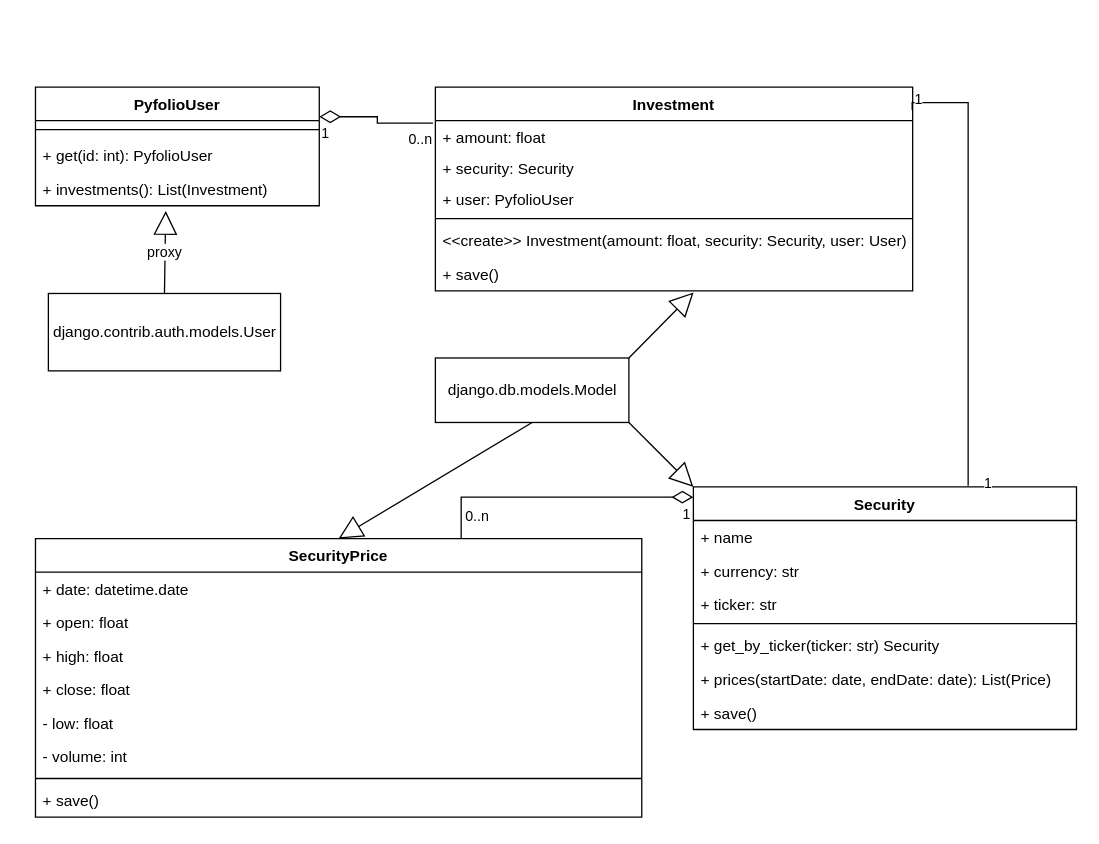
Earlier version of the draw.io diagram UML/security_access.drawio (tkBischoff/PyFolio). Source tidied: cells renumbered, new cells numbered last; positions are measured from the earlier drawing's top-left corner, leaving out a move shared by most shapes. Both pictures are drawn from the tidied source at 129%, with x=0, y=0 at pixel (35, 86).
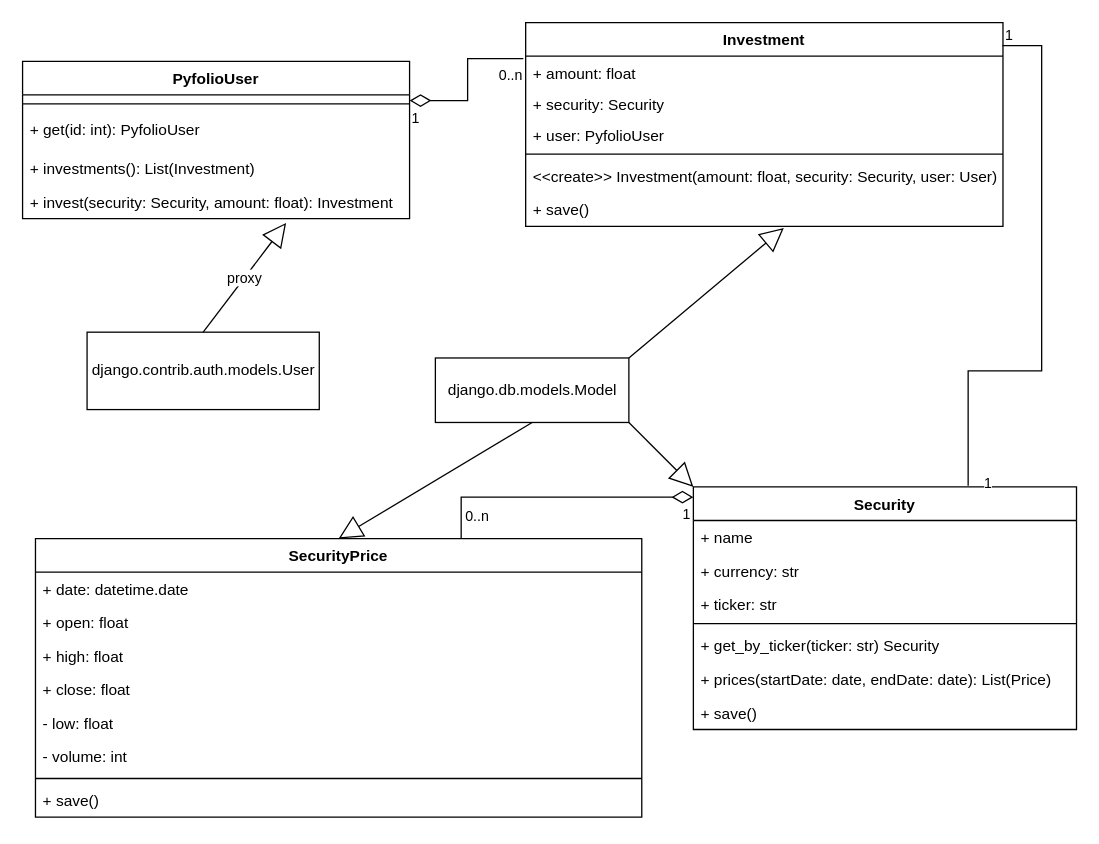
After the change.

What changed in the source:
```diff
@@
     <mxCell id="19" value="PyfolioUser" style="swimlane;fontStyle=1;align=center;verticalAlign=top;horizontal=1;startSize=26;" parent="1" vertex="1">
-      <mxGeometry width="220" height="92" as="geometry" />
+      <mxGeometry x="-10" y="-20" width="300" height="122" as="geometry" />
     </mxCell>
     <mxCell id="20" style="line;strokeWidth=1;fillColor=none;align=left;verticalAlign=middle;spacingTop=-1;spacingLeft=3;spacingRight=3;labelPosition=right;strokeColor=inherit;" parent="19" vertex="1">
-      <mxGeometry y="26" width="220" height="14" as="geometry" />
+      <mxGeometry y="26" width="300" height="14" as="geometry" />
     </mxCell>
     <mxCell id="21" value="+ get(id: int): PyfolioUser" style="text;strokeColor=none;fillColor=none;align=left;verticalAlign=top;spacingLeft=4;spacingRight=4;overflow=hidden;" parent="19" vertex="1">
-      <mxGeometry y="40" width="220" height="26" as="geometry" />
+      <mxGeometry y="40" width="300" height="30" as="geometry" />
     </mxCell>
     <mxCell id="22" value="+ investments(): List(Investment)" style="text;strokeColor=none;fillColor=none;align=left;verticalAlign=top;spacingLeft=4;spacingRight=4;overflow=hidden;points=[[0,0.5],[1,0.5]];portConstraint=eastwest;" parent="19" vertex="1">
-      <mxGeometry y="66" width="220" height="26" as="geometry" />
+      <mxGeometry y="70" width="300" height="26" as="geometry" />
     </mxCell>
+    <mxCell id="45" value="+ invest(security: Security, amount: float): Investment" style="text;strokeColor=none;fillColor=none;align=left;verticalAlign=top;spacingLeft=4;spacingRight=4;overflow=hidden;points=[[0,0.5],[1,0.5]];portConstraint=eastwest;" parent="19" vertex="1">
+      <mxGeometry y="96" width="300" height="26" as="geometry" />
+    </mxCell>
     <mxCell id="23" value="Investment" style="swimlane;fontStyle=1;align=center;verticalAlign=top;horizontal=1;startSize=26;" parent="1" vertex="1">
-      <mxGeometry x="310" width="370" height="158" as="geometry" />
+      <mxGeometry x="380" y="-50" width="370" height="158" as="geometry" />
     </mxCell>
@@
     <mxCell id="33" style="endArrow=none;html=1;edgeStyle=orthogonalEdgeStyle;rounded=0;exitX=0.999;exitY=0.113;exitDx=0;exitDy=0;exitPerimeter=0;" parent="1" edge="1" source="23">
       <mxGeometry relative="1" as="geometry">
         <mxPoint x="723" y="309" as="targetPoint" />
         <Array as="points">
-          <mxPoint x="680" y="12" />
-          <mxPoint x="723" y="12" />
+          <mxPoint x="780" y="-32" />
+          <mxPoint x="780" y="220" />
+          <mxPoint x="723" y="220" />
         </Array>
       </mxGeometry>
     </mxCell>
@@
     <mxCell id="43" value="django.contrib.auth.models.User" style="html=1;" parent="1" vertex="1">
-      <mxGeometry x="10" y="160" width="180" height="60" as="geometry" />
+      <mxGeometry x="40" y="190" width="180" height="60" as="geometry" />
     </mxCell>
-    <mxCell id="44" value="proxy" style="endArrow=block;endSize=16;endFill=0;html=1;rounded=0;entryX=0.459;entryY=1.154;entryDx=0;entryDy=0;entryPerimeter=0;exitX=0.5;exitY=0;exitDx=0;exitDy=0;" parent="1" edge="1" source="43" target="22">
+    <mxCell id="44" value="proxy" style="endArrow=block;endSize=16;endFill=0;html=1;rounded=0;entryX=0.681;entryY=1.126;entryDx=0;entryDy=0;entryPerimeter=0;exitX=0.5;exitY=0;exitDx=0;exitDy=0;" parent="1" edge="1" source="43" target="45">
       <mxGeometry relative="1" as="geometry" />
     </mxCell>
```
